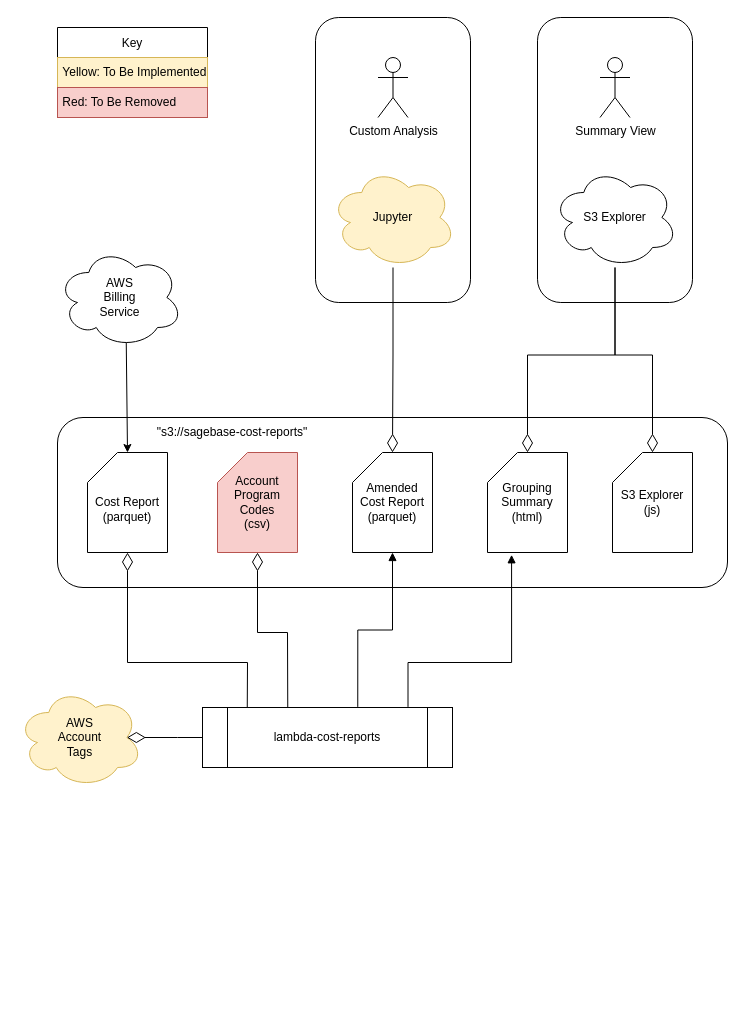
The draw.io diagram docs/CUR.drawio.xml in jesusaurus/lambda-cost-reports, before the edit. Source tidied: cells renumbered, new cells numbered last; positions are measured from the earlier drawing's top-left corner, leaving out a move shared by most shapes. Both pictures are drawn from the tidied source at 100%, with x=0, y=0 at pixel (17, 17).
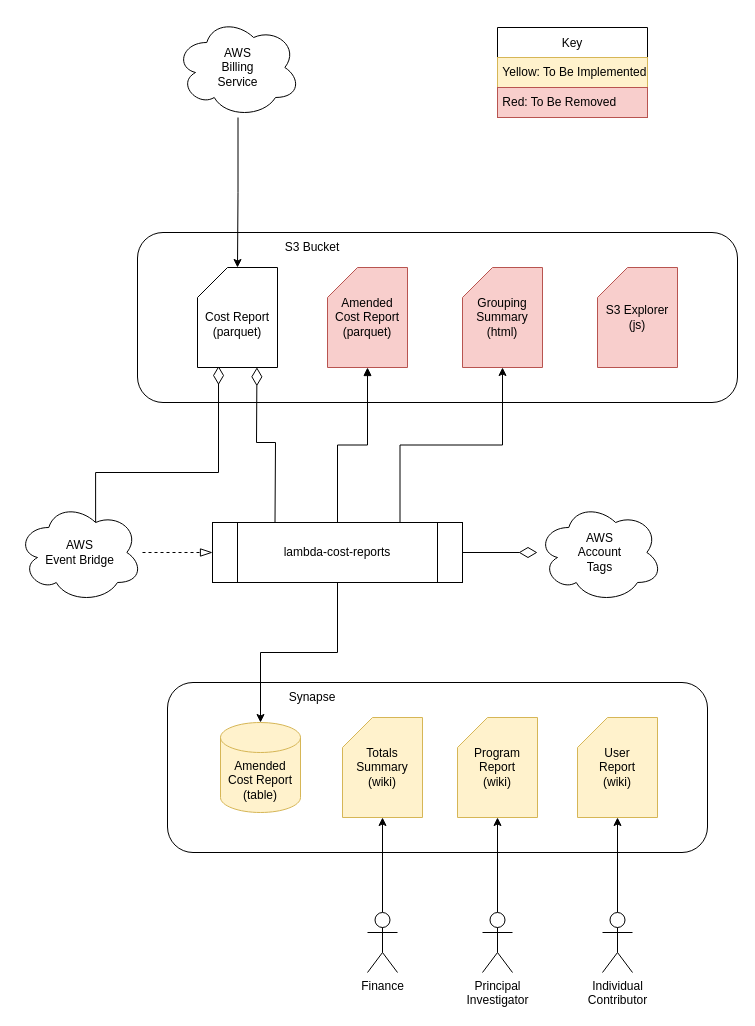
The same page after the edit.

Commit message (it also covers changes not shown here):
[IT-2124] Run-time lookups of account tags

What changed in the source:
```diff
@@
-    <mxCell id="2" style="rounded=1;whiteSpace=wrap;html=1;" parent="1" vertex="1">
-      <mxGeometry x="298" width="155" height="285" as="geometry" />
-    </mxCell>
+    <mxCell id="30" value="&lt;p style=&quot;&quot;&gt;&lt;br&gt;&lt;/p&gt;" style="rounded=1;whiteSpace=wrap;html=1;align=left;" parent="1" vertex="1">
+      <mxGeometry x="150" y="665" width="540" height="170" as="geometry" />
+    </mxCell>
     <mxCell id="3" value="&lt;p style=&quot;&quot;&gt;&lt;br&gt;&lt;/p&gt;" style="rounded=1;whiteSpace=wrap;html=1;align=left;" parent="1" vertex="1">
-      <mxGeometry x="40" y="400" width="670" height="170" as="geometry" />
+      <mxGeometry x="120" y="215" width="600" height="170" as="geometry" />
     </mxCell>
+    <mxCell id="8" style="edgeStyle=orthogonalEdgeStyle;rounded=0;jettySize=auto;html=1;entryX=0.5;entryY=0;entryDx=0;entryDy=0;entryPerimeter=0;" parent="1" edge="1" source="4" target="5">
+      <mxGeometry relative="1" as="geometry" />
+    </mxCell>
     <mxCell id="4" value="AWS&lt;br&gt;Billing&lt;br&gt;Service" style="ellipse;shape=cloud;whiteSpace=wrap;html=1;" parent="1" vertex="1">
-      <mxGeometry x="40" y="230" width="125" height="100" as="geometry" />
+      <mxGeometry x="158" width="125" height="100" as="geometry" />
     </mxCell>
     <mxCell id="5" value="&lt;br&gt;Cost Report&lt;br&gt;(parquet)" style="shape=card;whiteSpace=wrap;html=1;" parent="1" vertex="1">
-      <mxGeometry x="70" y="435" width="80" height="100" as="geometry" />
+      <mxGeometry x="180" y="250" width="80" height="100" as="geometry" />
     </mxCell>
-    <mxCell id="6" value="Account&lt;br&gt;Program Codes&lt;br&gt;(csv)" style="shape=card;whiteSpace=wrap;html=1;fillColor=#f8cecc;strokeColor=#b85450;" parent="1" vertex="1">
-      <mxGeometry x="200" y="435" width="80" height="100" as="geometry" />
-    </mxCell>
-    <mxCell id="7" value="Grouping&lt;br&gt;Summary&lt;br&gt;(html)" style="shape=card;whiteSpace=wrap;html=1;" parent="1" vertex="1">
-      <mxGeometry x="470" y="435" width="80" height="100" as="geometry" />
+    <mxCell id="7" value="Grouping&lt;br&gt;Summary&lt;br&gt;(html)" style="shape=card;whiteSpace=wrap;html=1;fillColor=#f8cecc;strokeColor=#b85450;" parent="1" vertex="1">
+      <mxGeometry x="445" y="250" width="80" height="100" as="geometry" />
     </mxCell>
-    <mxCell id="8" style="endArrow=classic;html=1;rounded=0;exitX=0.55;exitY=0.95;exitDx=0;exitDy=0;exitPerimeter=0;entryX=0.5;entryY=0;entryDx=0;entryDy=0;entryPerimeter=0;" parent="1" edge="1" source="4" target="5">
-      <mxGeometry relative="1" as="geometry" />
-    </mxCell>
+    <mxCell id="19" style="edgeStyle=orthogonalEdgeStyle;rounded=0;jettySize=auto;html=1;endArrow=diamondThin;endFill=0;endSize=16;" parent="1" edge="1" source="10" target="18">
+      <mxGeometry relative="1" as="geometry" />
+    </mxCell>
-    <mxCell id="9" style="edgeStyle=orthogonalEdgeStyle;rounded=0;jettySize=auto;html=1;entryX=0.301;entryY=1.023;entryDx=0;entryDy=0;entryPerimeter=0;exitX=0.822;exitY=-0.01;exitDx=0;exitDy=0;endArrow=block;endFill=1;exitPerimeter=0;" parent="1" edge="1" source="10" target="7">
-      <mxGeometry relative="1" as="geometry">
-        <Array as="points">
-          <mxPoint x="391" y="645" />
-          <mxPoint x="494" y="645" />
-        </Array>
-      </mxGeometry>
+    <mxCell id="9" style="edgeStyle=orthogonalEdgeStyle;rounded=0;jettySize=auto;html=1;entryX=0.5;entryY=1;entryDx=0;entryDy=0;entryPerimeter=0;exitX=0.75;exitY=0;exitDx=0;exitDy=0;" parent="1" edge="1" source="10" target="7">
+      <mxGeometry relative="1" as="geometry" />
     </mxCell>
     <mxCell id="10" value="lambda-cost-reports" style="shape=process;whiteSpace=wrap;html=1;backgroundOutline=1;" parent="1" vertex="1">
-      <mxGeometry x="185" y="690" width="250" height="60" as="geometry" />
+      <mxGeometry x="195" y="505" width="250" height="60" as="geometry" />
     </mxCell>
+    <mxCell id="31" style="edgeStyle=orthogonalEdgeStyle;rounded=0;jettySize=auto;html=1;entryX=0.5;entryY=0;entryDx=0;entryDy=0;entryPerimeter=0;" parent="1" edge="1" source="10" target="36">
+      <mxGeometry relative="1" as="geometry" />
+    </mxCell>
-    <mxCell id="11" style="endArrow=diamondThin;endFill=0;endSize=16;html=1;rounded=0;entryX=0.5;entryY=1;entryDx=0;entryDy=0;entryPerimeter=0;exitX=0.179;exitY=0.002;exitDx=0;exitDy=0;exitPerimeter=0;" parent="1" edge="1" source="10" target="5">
+    <mxCell id="11" style="endArrow=diamondThin;endFill=0;endSize=16;html=1;rounded=0;exitX=0.25;exitY=0;exitDx=0;exitDy=0;entryX=0.743;entryY=0.998;entryDx=0;entryDy=0;entryPerimeter=0;" parent="1" edge="1" source="10" target="5">
       <mxGeometry relative="1" as="geometry">
         <Array as="points">
-          <mxPoint x="230" y="645" />
-          <mxPoint x="110" y="645" />
+          <mxPoint x="258" y="425" />
+          <mxPoint x="239" y="425" />
         </Array>
       </mxGeometry>
     </mxCell>
-    <mxCell id="12" style="endArrow=diamondThin;endFill=0;endSize=16;html=1;rounded=0;entryX=0.5;entryY=1;entryDx=0;entryDy=0;entryPerimeter=0;exitX=0.341;exitY=0.005;exitDx=0;exitDy=0;exitPerimeter=0;" parent="1" edge="1" source="10" target="6">
-      <mxGeometry relative="1" as="geometry">
-        <Array as="points">
-          <mxPoint x="270" y="615" />
-          <mxPoint x="240" y="615" />
-        </Array>
-      </mxGeometry>
-    </mxCell>
     <mxCell id="13" value="Key" style="swimlane;fontStyle=0;horizontal=1;startSize=30;verticalAlign=middle;" parent="1" vertex="1">
-      <mxGeometry x="40" y="10" width="150" height="90" as="geometry" />
+      <mxGeometry x="480" y="10" width="150" height="90" as="geometry" />
     </mxCell>
@@
-    <mxCell id="16" value="&quot;s3://sagebase-cost-reports&quot;" style="text;html=1;strokeColor=none;fillColor=none;align=center;verticalAlign=middle;whiteSpace=wrap;rounded=0;" parent="1" vertex="1">
-      <mxGeometry x="130" y="400" width="170" height="30" as="geometry" />
+    <mxCell id="16" value="S3 Bucket" style="text;html=1;strokeColor=none;fillColor=none;align=center;verticalAlign=middle;whiteSpace=wrap;rounded=0;" parent="1" vertex="1">
+      <mxGeometry x="210" y="215" width="170" height="30" as="geometry" />
     </mxCell>
-    <mxCell id="17" value="S3 Explorer&lt;br&gt;(js)" style="shape=card;whiteSpace=wrap;html=1;" parent="1" vertex="1">
-      <mxGeometry x="595" y="435" width="80" height="100" as="geometry" />
+    <mxCell id="17" value="S3 Explorer&lt;br&gt;(js)" style="shape=card;whiteSpace=wrap;html=1;fillColor=#f8cecc;strokeColor=#b85450;" parent="1" vertex="1">
+      <mxGeometry x="580" y="250" width="80" height="100" as="geometry" />
     </mxCell>
-    <mxCell id="18" value="AWS&lt;br&gt;Account&lt;br&gt;Tags" style="ellipse;shape=cloud;whiteSpace=wrap;html=1;fillColor=#fff2cc;strokeColor=#d6b656;" parent="1" vertex="1">
-      <mxGeometry y="670" width="125" height="100" as="geometry" />
+    <mxCell id="18" value="AWS&lt;br&gt;Account&lt;br&gt;Tags" style="ellipse;shape=cloud;whiteSpace=wrap;html=1;" parent="1" vertex="1">
+      <mxGeometry x="520" y="485" width="125" height="100" as="geometry" />
     </mxCell>
-    <mxCell id="19" style="endArrow=diamondThin;endFill=0;endSize=16;html=1;rounded=0;entryX=0.875;entryY=0.5;entryDx=0;entryDy=0;entryPerimeter=0;exitX=0;exitY=0.5;exitDx=0;exitDy=0;" parent="1" edge="1" source="10" target="18">
-      <mxGeometry relative="1" as="geometry">
-        <Array as="points">
-          <mxPoint x="160" y="720" />
-        </Array>
-      </mxGeometry>
-    </mxCell>
-    <mxCell id="20" value="Amended&lt;br&gt;Cost Report&lt;br&gt;(parquet)" style="shape=card;whiteSpace=wrap;html=1;" parent="1" vertex="1">
-      <mxGeometry x="335" y="435" width="80" height="100" as="geometry" />
+    <mxCell id="20" value="Amended&lt;br&gt;Cost Report&lt;br&gt;(parquet)" style="shape=card;whiteSpace=wrap;html=1;fillColor=#f8cecc;strokeColor=#b85450;" parent="1" vertex="1">
+      <mxGeometry x="310" y="250" width="80" height="100" as="geometry" />
     </mxCell>
-    <mxCell id="21" style="edgeStyle=orthogonalEdgeStyle;rounded=0;jettySize=auto;html=1;entryX=0.5;entryY=1;entryDx=0;entryDy=0;entryPerimeter=0;exitX=0.621;exitY=-0.01;exitDx=0;exitDy=0;endArrow=block;endFill=1;exitPerimeter=0;" parent="1" edge="1" source="10" target="20">
+    <mxCell id="21" style="edgeStyle=orthogonalEdgeStyle;rounded=0;jettySize=auto;html=1;entryX=0.5;entryY=1;entryDx=0;entryDy=0;entryPerimeter=0;exitX=0.5;exitY=0;exitDx=0;exitDy=0;endArrow=block;endFill=1;" parent="1" edge="1" source="10" target="20">
       <mxGeometry relative="1" as="geometry" />
     </mxCell>
-    <mxCell id="22" style="edgeStyle=orthogonalEdgeStyle;rounded=0;jettySize=auto;html=1;endArrow=diamondThin;endFill=0;endSize=16;entryX=0.5;entryY=0;entryDx=0;entryDy=0;entryPerimeter=0;" parent="1" edge="1" source="23" target="20">
-      <mxGeometry relative="1" as="geometry" />
-    </mxCell>
-    <mxCell id="23" value="Jupyter" style="ellipse;shape=cloud;whiteSpace=wrap;html=1;fillColor=#fff2cc;strokeColor=#d6b656;" parent="1" vertex="1">
-      <mxGeometry x="313" y="150" width="125" height="100" as="geometry" />
-    </mxCell>
-    <mxCell id="24" value="Custom Analysis" style="shape=umlActor;verticalLabelPosition=bottom;verticalAlign=top;html=1;" parent="1" vertex="1">
-      <mxGeometry x="360.5" y="40" width="30" height="60" as="geometry" />
-    </mxCell>
-    <mxCell id="25" style="rounded=1;whiteSpace=wrap;html=1;" parent="1" vertex="1">
-      <mxGeometry x="520" width="155" height="285" as="geometry" />
-    </mxCell>
-    <mxCell id="26" style="edgeStyle=orthogonalEdgeStyle;rounded=0;jettySize=auto;html=1;entryX=0.5;entryY=0;entryDx=0;entryDy=0;entryPerimeter=0;endArrow=diamondThin;endFill=0;endSize=16;" parent="1" edge="1" source="28" target="17">
-      <mxGeometry relative="1" as="geometry" />
-    </mxCell>
-    <mxCell id="27" style="edgeStyle=orthogonalEdgeStyle;rounded=0;jettySize=auto;html=1;entryX=0.5;entryY=0;entryDx=0;entryDy=0;entryPerimeter=0;endArrow=diamondThin;endFill=0;endSize=16;" parent="1" edge="1" source="28" target="7">
-      <mxGeometry relative="1" as="geometry" />
-    </mxCell>
-    <mxCell id="28" value="S3 Explorer" style="ellipse;shape=cloud;whiteSpace=wrap;html=1;" parent="1" vertex="1">
-      <mxGeometry x="535" y="150" width="125" height="100" as="geometry" />
-    </mxCell>
-    <mxCell id="29" value="Summary View" style="shape=umlActor;verticalLabelPosition=bottom;verticalAlign=top;html=1;" parent="1" vertex="1">
-      <mxGeometry x="582.5" y="40" width="30" height="60" as="geometry" />
-    </mxCell>
+    <mxCell id="32" style="edgeStyle=orthogonalEdgeStyle;rounded=0;jettySize=auto;html=1;endArrow=diamondThin;endFill=0;endSize=16;entryX=0.263;entryY=0.985;entryDx=0;entryDy=0;entryPerimeter=0;exitX=0.625;exitY=0.2;exitDx=0;exitDy=0;exitPerimeter=0;" parent="1" edge="1" source="34" target="5">
+      <mxGeometry relative="1" as="geometry">
+        <Array as="points">
+          <mxPoint x="78" y="455" />
+          <mxPoint x="201" y="455" />
+        </Array>
+      </mxGeometry>
+    </mxCell>
+    <mxCell id="33" style="edgeStyle=orthogonalEdgeStyle;rounded=0;jettySize=auto;html=1;endArrow=blockThin;endFill=0;endSize=10;dashed=1;" parent="1" edge="1" source="34" target="10">
+      <mxGeometry relative="1" as="geometry" />
+    </mxCell>
+    <mxCell id="34" value="AWS&lt;br&gt;Event Bridge" style="ellipse;shape=cloud;whiteSpace=wrap;html=1;" parent="1" vertex="1">
+      <mxGeometry y="485" width="125" height="100" as="geometry" />
+    </mxCell>
+    <mxCell id="35" value="Synapse" style="text;html=1;strokeColor=none;fillColor=none;align=center;verticalAlign=middle;whiteSpace=wrap;rounded=0;" parent="1" vertex="1">
+      <mxGeometry x="250" y="665" width="90" height="30" as="geometry" />
+    </mxCell>
+    <mxCell id="36" value="Amended&lt;br&gt;Cost Report&lt;br&gt;(table)" style="shape=cylinder3;whiteSpace=wrap;html=1;boundedLbl=1;backgroundOutline=1;size=15;fillColor=#fff2cc;strokeColor=#d6b656;" parent="1" vertex="1">
+      <mxGeometry x="203" y="705" width="80" height="90" as="geometry" />
+    </mxCell>
+    <mxCell id="37" value="Totals&lt;br&gt;Summary&lt;br&gt;(wiki)" style="shape=card;whiteSpace=wrap;html=1;fillColor=#fff2cc;strokeColor=#d6b656;" parent="1" vertex="1">
+      <mxGeometry x="325" y="700" width="80" height="100" as="geometry" />
+    </mxCell>
+    <mxCell id="38" value="Program&lt;br&gt;Report&lt;br&gt;(wiki)" style="shape=card;whiteSpace=wrap;html=1;fillColor=#fff2cc;strokeColor=#d6b656;" parent="1" vertex="1">
+      <mxGeometry x="440" y="700" width="80" height="100" as="geometry" />
+    </mxCell>
+    <mxCell id="39" value="User&lt;br&gt;Report&lt;br&gt;(wiki)" style="shape=card;whiteSpace=wrap;html=1;fillColor=#fff2cc;strokeColor=#d6b656;" parent="1" vertex="1">
+      <mxGeometry x="560" y="700" width="80" height="100" as="geometry" />
+    </mxCell>
+    <mxCell id="40" style="edgeStyle=orthogonalEdgeStyle;rounded=0;jettySize=auto;html=1;entryX=0.5;entryY=1;entryDx=0;entryDy=0;entryPerimeter=0;" parent="1" edge="1" source="41" target="37">
+      <mxGeometry relative="1" as="geometry" />
+    </mxCell>
+    <mxCell id="41" value="Finance" style="shape=umlActor;verticalLabelPosition=bottom;verticalAlign=top;html=1;outlineConnect=0;" parent="1" vertex="1">
+      <mxGeometry x="350" y="895" width="30" height="60" as="geometry" />
+    </mxCell>
+    <mxCell id="42" style="edgeStyle=orthogonalEdgeStyle;rounded=0;jettySize=auto;html=1;entryX=0.5;entryY=1;entryDx=0;entryDy=0;entryPerimeter=0;" parent="1" edge="1" source="43" target="38">
+      <mxGeometry relative="1" as="geometry" />
+    </mxCell>
+    <mxCell id="43" value="Principal&lt;br&gt;Investigator" style="shape=umlActor;verticalLabelPosition=bottom;verticalAlign=top;html=1;outlineConnect=0;" parent="1" vertex="1">
+      <mxGeometry x="465" y="895" width="30" height="60" as="geometry" />
+    </mxCell>
+    <mxCell id="44" style="edgeStyle=orthogonalEdgeStyle;rounded=0;jettySize=auto;html=1;entryX=0.5;entryY=1;entryDx=0;entryDy=0;entryPerimeter=0;" parent="1" edge="1" source="45" target="39">
+      <mxGeometry relative="1" as="geometry" />
+    </mxCell>
+    <mxCell id="45" value="Individual&lt;br&gt;Contributor" style="shape=umlActor;verticalLabelPosition=bottom;verticalAlign=top;html=1;outlineConnect=0;" parent="1" vertex="1">
+      <mxGeometry x="585" y="895" width="30" height="60" as="geometry" />
+    </mxCell>
```
